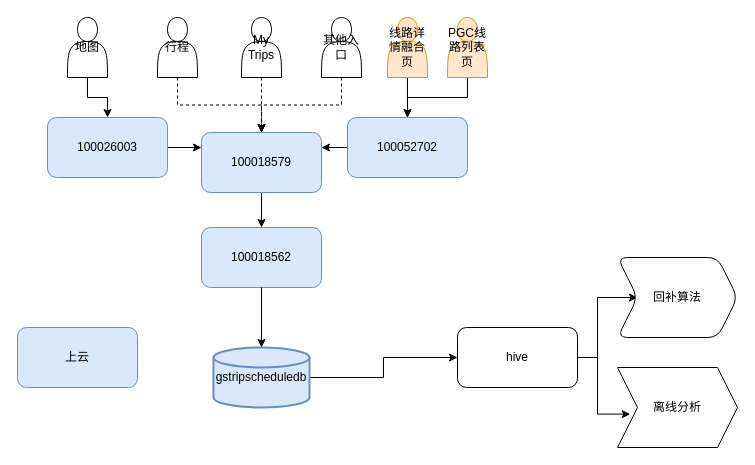
Earlier version of the draw.io diagram page "ugc架构体系图" (2 of 3) of 线路数据流.drawio (tsafo/demo). Source tidied: cells renumbered, new cells numbered last; positions are measured from the earlier drawing's top-left corner, leaving out a move shared by most shapes. Both pictures are drawn from the tidied source at 100%, with x=0, y=0 at pixel (17, 17).
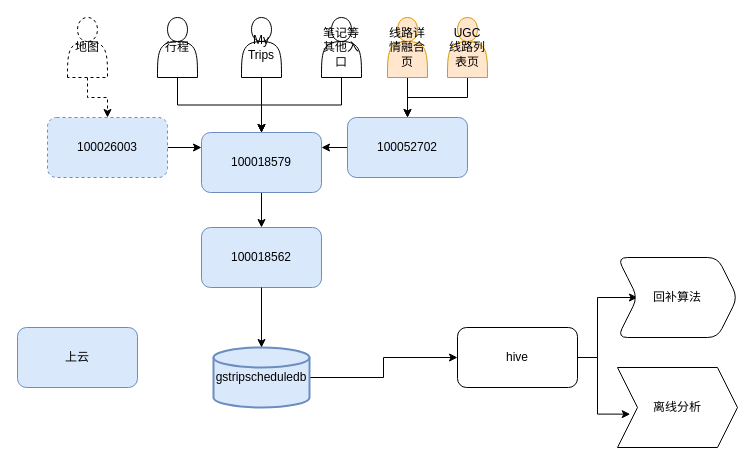
Above is the later version.

The change refers to these unchanged cells:
```xml
<mxCell id="5" value="行程" style="shape=actor;whiteSpace=wrap;html=1;" parent="1" vertex="1">
  <mxGeometry x="140" width="40" height="60" as="geometry" />
</mxCell>
<mxCell id="7" value="My Trips" style="shape=actor;whiteSpace=wrap;html=1;" parent="1" vertex="1">
  <mxGeometry x="224" width="40" height="60" as="geometry" />
</mxCell>
<mxCell id="11" value="100018579" style="rounded=1;whiteSpace=wrap;html=1;fillColor=#dae8fc;strokeColor=#6c8ebf;" parent="1" vertex="1">
  <mxGeometry x="184" y="115" width="120" height="60" as="geometry" />
</mxCell>
```

Change to the diagram source:
```diff
@@
-    <mxCell id="2" style="edgeStyle=orthogonalEdgeStyle;rounded=0;jettySize=auto;html=1;exitX=0.5;exitY=1;exitDx=0;exitDy=0;" parent="1" edge="1" source="3" target="9">
+    <mxCell id="2" style="edgeStyle=orthogonalEdgeStyle;rounded=0;jettySize=auto;html=1;exitX=0.5;exitY=1;exitDx=0;exitDy=0;dashed=1;" parent="1" edge="1" source="3" target="9">
       <mxGeometry relative="1" as="geometry" />
     </mxCell>
-    <mxCell id="3" value="地图" style="shape=actor;whiteSpace=wrap;html=1;" parent="1" vertex="1">
+    <mxCell id="3" value="地图" style="shape=actor;whiteSpace=wrap;html=1;dashed=1;" parent="1" vertex="1">
       <mxGeometry x="50" width="40" height="60" as="geometry" />
     </mxCell>
-    <mxCell id="4" style="edgeStyle=orthogonalEdgeStyle;rounded=0;jettySize=auto;html=1;exitX=0.5;exitY=1;exitDx=0;exitDy=0;dashed=1;" parent="1" edge="1" source="5" target="11">
+    <mxCell id="4" style="edgeStyle=orthogonalEdgeStyle;rounded=0;jettySize=auto;html=1;exitX=0.5;exitY=1;exitDx=0;exitDy=0;" parent="1" edge="1" source="5" target="11">
       <mxGeometry relative="1" as="geometry" />
     </mxCell>
@@
-    <mxCell id="6" style="edgeStyle=orthogonalEdgeStyle;rounded=0;jettySize=auto;html=1;exitX=0.5;exitY=1;exitDx=0;exitDy=0;entryX=0.5;entryY=0;entryDx=0;entryDy=0;dashed=1;" parent="1" edge="1" source="7" target="11">
+    <mxCell id="6" style="edgeStyle=orthogonalEdgeStyle;rounded=0;jettySize=auto;html=1;exitX=0.5;exitY=1;exitDx=0;exitDy=0;entryX=0.5;entryY=0;entryDx=0;entryDy=0;" parent="1" edge="1" source="7" target="11">
       <mxGeometry relative="1" as="geometry" />
     </mxCell>
@@
-    <mxCell id="9" value="100026003" style="rounded=1;whiteSpace=wrap;html=1;fillColor=#dae8fc;strokeColor=#6c8ebf;" parent="1" vertex="1">
+    <mxCell id="9" value="100026003" style="rounded=1;whiteSpace=wrap;html=1;fillColor=#dae8fc;strokeColor=#6c8ebf;dashed=1;" parent="1" vertex="1">
       <mxGeometry x="30" y="100" width="120" height="60" as="geometry" />
     </mxCell>
@@
-    <mxCell id="19" style="edgeStyle=orthogonalEdgeStyle;rounded=0;jettySize=auto;html=1;entryX=0.5;entryY=0;entryDx=0;entryDy=0;dashed=1;" parent="1" edge="1" source="20" target="11">
+    <mxCell id="19" style="edgeStyle=orthogonalEdgeStyle;rounded=0;jettySize=auto;html=1;entryX=0.5;entryY=0;entryDx=0;entryDy=0;" parent="1" edge="1" source="20" target="11">
       <mxGeometry relative="1" as="geometry" />
     </mxCell>
-    <mxCell id="20" value="其他入口" style="shape=actor;whiteSpace=wrap;html=1;" parent="1" vertex="1">
+    <mxCell id="20" value="笔记等其他入口" style="shape=actor;whiteSpace=wrap;html=1;" parent="1" vertex="1">
       <mxGeometry x="304" width="40" height="60" as="geometry" />
     </mxCell>
@@
-    <mxCell id="28" value="PGC线路列表页" style="shape=actor;whiteSpace=wrap;html=1;fillColor=#ffe6cc;strokeColor=#d79b00;" parent="1" vertex="1">
+    <mxCell id="28" value="UGC线路列表页" style="shape=actor;whiteSpace=wrap;html=1;fillColor=#ffe6cc;strokeColor=#d79b00;" parent="1" vertex="1">
       <mxGeometry x="430" width="40" height="60" as="geometry" />
     </mxCell>
```
